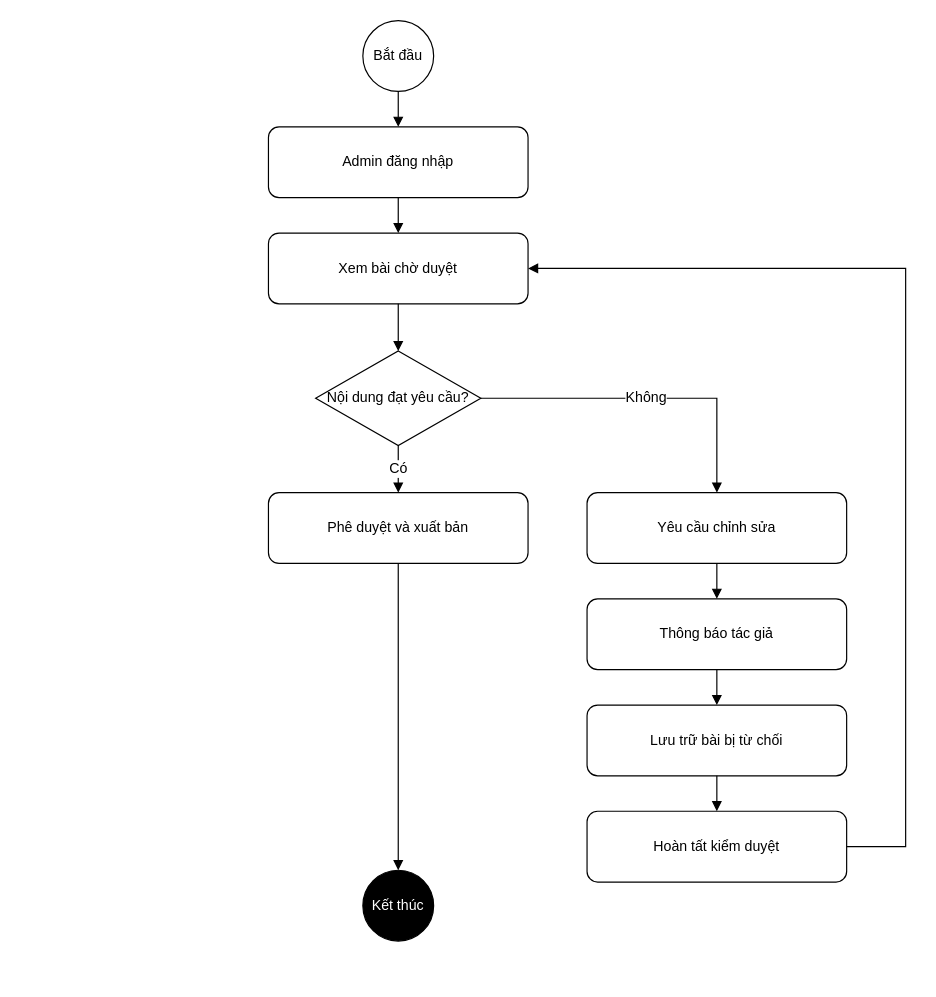
The draw.io diagram page "Hoạt động Kiểm duyệt Nội dung" (4 of 5) of draw/VieGo_Activity_Diagrams.drawio in thienne1602/VieGo_Blog, before the edit. Source tidied: cells renumbered, new cells numbered last; positions are measured from the earlier drawing's top-left corner, leaving out a move shared by most shapes. Both pictures are drawn from the tidied source at 118%, with x=0, y=0 at pixel (268, 20).
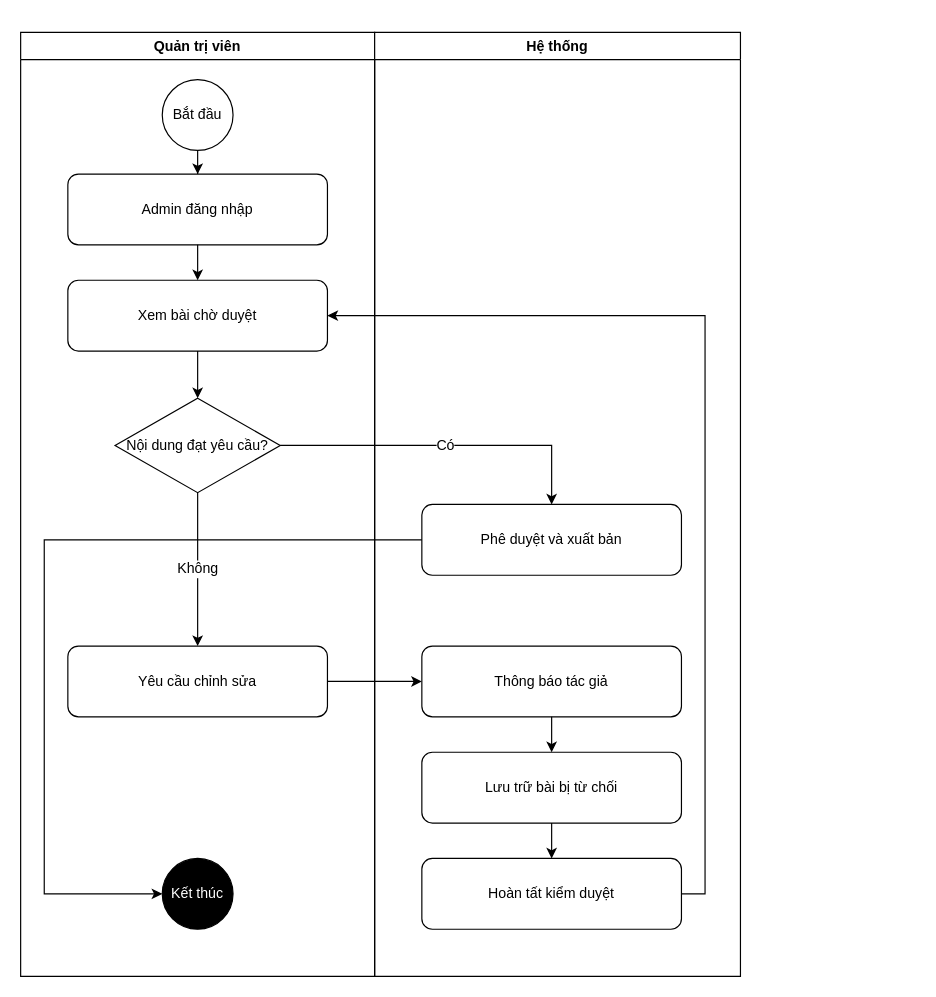
After the change.

What changed in the source:
```diff
@@
+    <mxCell id="22" value="Quản trị viên" style="swimlane;whiteSpace=wrap;html=1;" parent="1" vertex="1">
+      <mxGeometry x="-210" y="10" width="300" height="800" as="geometry" />
+    </mxCell>
-    <mxCell id="2" value="Bắt đầu" style="ellipse;whiteSpace=wrap;html=1;" parent="1" vertex="1">
-      <mxGeometry x="80" width="60" height="60" as="geometry" />
+    <mxCell id="2" value="Bắt đầu" style="ellipse;whiteSpace=wrap;html=1;" parent="22" vertex="1">
+      <mxGeometry x="120" y="40" width="60" height="60" as="geometry" />
     </mxCell>
-    <mxCell id="3" value="Admin đăng nhập" style="rounded=1;whiteSpace=wrap;html=1;" parent="1" vertex="1">
-      <mxGeometry y="90" width="220" height="60" as="geometry" />
+    <mxCell id="3" value="Admin đăng nhập" style="rounded=1;whiteSpace=wrap;html=1;" parent="22" vertex="1">
+      <mxGeometry x="40" y="120" width="220" height="60" as="geometry" />
     </mxCell>
-    <mxCell id="4" value="Xem bài chờ duyệt" style="rounded=1;whiteSpace=wrap;html=1;" parent="1" vertex="1">
-      <mxGeometry y="180" width="220" height="60" as="geometry" />
+    <mxCell id="4" value="Xem bài chờ duyệt" style="rounded=1;whiteSpace=wrap;html=1;" parent="22" vertex="1">
+      <mxGeometry x="40" y="210" width="220" height="60" as="geometry" />
     </mxCell>
-    <mxCell id="5" value="Nội dung đạt yêu cầu?" style="rhombus;whiteSpace=wrap;html=1;" parent="1" vertex="1">
-      <mxGeometry x="40" y="280" width="140" height="80" as="geometry" />
+    <mxCell id="5" value="Nội dung đạt yêu cầu?" style="rhombus;whiteSpace=wrap;html=1;" parent="22" vertex="1">
+      <mxGeometry x="80" y="310" width="140" height="80" as="geometry" />
     </mxCell>
-    <mxCell id="6" value="Phê duyệt và xuất bản" style="rounded=1;whiteSpace=wrap;html=1;" parent="1" vertex="1">
-      <mxGeometry y="400" width="220" height="60" as="geometry" />
-    </mxCell>
-    <mxCell id="7" value="Kết thúc" style="ellipse;whiteSpace=wrap;html=1;fillColor=#000000;fontColor=#ffffff;" parent="1" vertex="1">
-      <mxGeometry x="80" y="720" width="60" height="60" as="geometry" />
+    <mxCell id="7" value="Kết thúc" style="ellipse;whiteSpace=wrap;html=1;fillColor=#000000;fontColor=#ffffff;" parent="22" vertex="1">
+      <mxGeometry x="120" y="700" width="60" height="60" as="geometry" />
     </mxCell>
-    <mxCell id="8" value="Yêu cầu chỉnh sửa" style="rounded=1;whiteSpace=wrap;html=1;" parent="1" vertex="1">
-      <mxGeometry x="270" y="400" width="220" height="60" as="geometry" />
+    <mxCell id="8" value="Yêu cầu chỉnh sửa" style="rounded=1;whiteSpace=wrap;html=1;" parent="22" vertex="1">
+      <mxGeometry x="40" y="520" width="220" height="60" as="geometry" />
     </mxCell>
+    <mxCell id="23" value="Hệ thống" style="swimlane;whiteSpace=wrap;html=1;" parent="1" vertex="1">
+      <mxGeometry x="90" y="10" width="310" height="800" as="geometry" />
+    </mxCell>
-    <mxCell id="9" value="Thông báo tác giả" style="rounded=1;whiteSpace=wrap;html=1;" parent="1" vertex="1">
-      <mxGeometry x="270" y="490" width="220" height="60" as="geometry" />
+    <mxCell id="9" value="Thông báo tác giả" style="rounded=1;whiteSpace=wrap;html=1;" parent="23" vertex="1">
+      <mxGeometry x="40" y="520" width="220" height="60" as="geometry" />
     </mxCell>
-    <mxCell id="10" value="Lưu trữ bài bị từ chối" style="rounded=1;whiteSpace=wrap;html=1;" parent="1" vertex="1">
-      <mxGeometry x="270" y="580" width="220" height="60" as="geometry" />
+    <mxCell id="10" value="Lưu trữ bài bị từ chối" style="rounded=1;whiteSpace=wrap;html=1;" parent="23" vertex="1">
+      <mxGeometry x="40" y="610" width="220" height="60" as="geometry" />
     </mxCell>
-    <mxCell id="11" value="Hoàn tất kiểm duyệt" style="rounded=1;whiteSpace=wrap;html=1;" parent="1" vertex="1">
-      <mxGeometry x="270" y="670" width="220" height="60" as="geometry" />
+    <mxCell id="11" value="Hoàn tất kiểm duyệt" style="rounded=1;whiteSpace=wrap;html=1;" parent="23" vertex="1">
+      <mxGeometry x="40" y="700" width="220" height="60" as="geometry" />
     </mxCell>
+    <mxCell id="6" value="Phê duyệt và xuất bản" style="rounded=1;whiteSpace=wrap;html=1;" parent="23" vertex="1">
+      <mxGeometry x="40" y="400" width="220" height="60" as="geometry" />
+    </mxCell>
-    <mxCell id="12" style="edgeStyle=orthogonalEdgeStyle;rounded=0;jettySize=auto;html=1;endArrow=block;endFill=1;" parent="1" edge="1" source="2" target="3">
+    <mxCell id="12" style="edgeStyle=orthogonalEdgeStyle;rounded=0;jettySize=auto;html=1;" parent="1" edge="1" source="2" target="3">
       <mxGeometry relative="1" as="geometry" />
     </mxCell>
-    <mxCell id="13" style="edgeStyle=orthogonalEdgeStyle;rounded=0;jettySize=auto;html=1;endArrow=block;endFill=1;" parent="1" edge="1" source="3" target="4">
+    <mxCell id="13" style="edgeStyle=orthogonalEdgeStyle;rounded=0;jettySize=auto;html=1;" parent="1" edge="1" source="3" target="4">
       <mxGeometry relative="1" as="geometry" />
     </mxCell>
-    <mxCell id="14" style="edgeStyle=orthogonalEdgeStyle;rounded=0;jettySize=auto;html=1;endArrow=block;endFill=1;" parent="1" edge="1" source="4" target="5">
+    <mxCell id="14" style="edgeStyle=orthogonalEdgeStyle;rounded=0;jettySize=auto;html=1;" parent="1" edge="1" source="4" target="5">
       <mxGeometry relative="1" as="geometry" />
     </mxCell>
-    <mxCell id="15" value="Có" style="edgeStyle=orthogonalEdgeStyle;rounded=0;jettySize=auto;html=1;endArrow=block;endFill=1;fontSize=12;" parent="1" edge="1" source="5" target="6">
+    <mxCell id="15" value="Có" style="edgeStyle=orthogonalEdgeStyle;rounded=0;jettySize=auto;html=1;fontSize=12;" parent="1" edge="1" source="5" target="6">
       <mxGeometry relative="1" as="geometry" />
     </mxCell>
-    <mxCell id="16" style="edgeStyle=orthogonalEdgeStyle;rounded=0;jettySize=auto;html=1;endArrow=block;endFill=1;" parent="1" edge="1" source="6" target="7">
-      <mxGeometry relative="1" as="geometry" />
+    <mxCell id="16" style="edgeStyle=orthogonalEdgeStyle;rounded=0;jettySize=auto;html=1;" parent="1" edge="1" source="6" target="7">
+      <mxGeometry relative="1" as="geometry">
+        <Array as="points">
+          <mxPoint x="-190" y="440" />
+          <mxPoint x="-190" y="740" />
+        </Array>
+      </mxGeometry>
     </mxCell>
-    <mxCell id="17" value="Không" style="edgeStyle=orthogonalEdgeStyle;rounded=0;jettySize=auto;html=1;endArrow=block;endFill=1;fontSize=12;" parent="1" edge="1" source="5" target="8">
+    <mxCell id="17" value="Không" style="edgeStyle=orthogonalEdgeStyle;rounded=0;jettySize=auto;html=1;fontSize=12;" parent="1" edge="1" source="5" target="8">
       <mxGeometry relative="1" as="geometry" />
     </mxCell>
-    <mxCell id="18" style="edgeStyle=orthogonalEdgeStyle;rounded=0;jettySize=auto;html=1;endArrow=block;endFill=1;" parent="1" edge="1" source="8" target="9">
+    <mxCell id="18" style="edgeStyle=orthogonalEdgeStyle;rounded=0;jettySize=auto;html=1;entryX=0;entryY=0.5;entryDx=0;entryDy=0;" parent="1" edge="1" source="8" target="9">
       <mxGeometry relative="1" as="geometry" />
     </mxCell>
-    <mxCell id="19" style="edgeStyle=orthogonalEdgeStyle;rounded=0;jettySize=auto;html=1;endArrow=block;endFill=1;" parent="1" edge="1" source="9" target="10">
+    <mxCell id="19" style="edgeStyle=orthogonalEdgeStyle;rounded=0;jettySize=auto;html=1;" parent="1" edge="1" source="9" target="10">
       <mxGeometry relative="1" as="geometry" />
     </mxCell>
-    <mxCell id="20" style="edgeStyle=orthogonalEdgeStyle;rounded=0;jettySize=auto;html=1;endArrow=block;endFill=1;" parent="1" edge="1" source="10" target="11">
+    <mxCell id="20" style="edgeStyle=orthogonalEdgeStyle;rounded=0;jettySize=auto;html=1;" parent="1" edge="1" source="10" target="11">
       <mxGeometry relative="1" as="geometry" />
     </mxCell>
-    <mxCell id="21" style="edgeStyle=orthogonalEdgeStyle;rounded=0;jettySize=auto;html=1;endArrow=block;endFill=1;" parent="1" edge="1" source="11" target="4">
+    <mxCell id="21" style="edgeStyle=orthogonalEdgeStyle;rounded=0;jettySize=auto;html=1;entryX=1;entryY=0.5;entryDx=0;entryDy=0;" parent="1" edge="1" source="11" target="4">
       <mxGeometry relative="1" as="geometry">
         <Array as="points">
-          <mxPoint x="540" y="700" />
-          <mxPoint x="540" y="210" />
+          <mxPoint x="370" y="740" />
+          <mxPoint x="370" y="250" />
         </Array>
       </mxGeometry>
     </mxCell>
```
